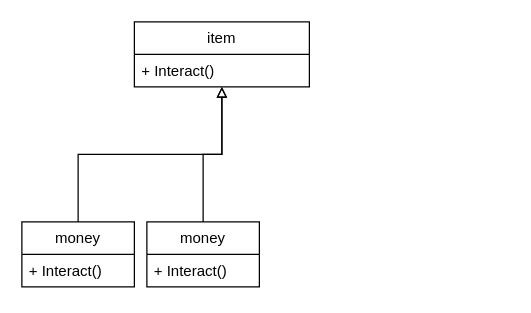
This is A3_1.drawio from critschris/COMP-354, a draw.io file, before an edit. Source tidied: cells renumbered, new cells numbered last; positions are measured from the earlier drawing's top-left corner, leaving out a move shared by most shapes. Both pictures are drawn from the tidied source at 125%, with x=0, y=0 at pixel (21, 21).
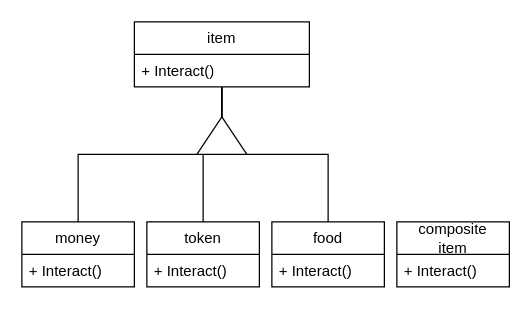
After the change.

Diff of the diagram source:
```diff
@@
 <mxGraphModel>
   <root>
     <mxCell id="0" />
     <mxCell id="1" parent="0" />
-    <mxCell id="2" style="edgeStyle=orthogonalEdgeStyle;rounded=0;jettySize=auto;html=1;endArrow=none;startFill=0;startArrow=block;strokeWidth=1;shadow=0;arcSize=20;" parent="1" edge="1" source="4" target="6">
+    <mxCell id="2" style="edgeStyle=orthogonalEdgeStyle;rounded=0;jettySize=auto;html=1;endArrow=none;startFill=0;startArrow=none;strokeWidth=1;shadow=0;arcSize=20;" parent="1" edge="1" source="4" target="6">
       <mxGeometry relative="1" as="geometry" />
     </mxCell>
-    <mxCell id="3" style="edgeStyle=orthogonalEdgeStyle;rounded=0;jettySize=auto;html=1;endArrow=none;startFill=0;startArrow=block;" parent="1" edge="1" source="4" target="8">
+    <mxCell id="3" style="edgeStyle=orthogonalEdgeStyle;rounded=0;jettySize=auto;html=1;endArrow=none;startFill=0;startArrow=none;" parent="1" edge="1" source="4" target="8">
       <mxGeometry relative="1" as="geometry" />
     </mxCell>
+    <mxCell id="10" style="edgeStyle=orthogonalEdgeStyle;rounded=0;jettySize=auto;html=1;endArrow=none;startFill=0;startArrow=none;" parent="1" edge="1" source="4" target="11">
+      <mxGeometry relative="1" as="geometry" />
+    </mxCell>
     <mxCell id="4" value="item" style="swimlane;fontStyle=0;horizontal=1;startSize=26;fillColor=none;whiteSpace=wrap;html=1;" parent="1" vertex="1">
       <mxGeometry x="90" width="140" height="52" as="geometry" />
     </mxCell>
     <mxCell id="5" value="+ Interact()" style="text;strokeColor=none;fillColor=none;align=left;verticalAlign=top;spacingLeft=4;spacingRight=4;overflow=hidden;whiteSpace=wrap;html=1;" parent="4" vertex="1">
       <mxGeometry y="26" width="140" height="26" as="geometry" />
     </mxCell>
     <mxCell id="6" value="money" style="swimlane;fontStyle=0;horizontal=1;startSize=26;fillColor=none;whiteSpace=wrap;html=1;" parent="1" vertex="1">
       <mxGeometry y="160" width="90" height="52" as="geometry" />
     </mxCell>
     <mxCell id="7" value="+ Interact()" style="text;strokeColor=none;fillColor=none;align=left;verticalAlign=top;spacingLeft=4;spacingRight=4;overflow=hidden;whiteSpace=wrap;html=1;" parent="6" vertex="1">
       <mxGeometry y="26" width="90" height="26" as="geometry" />
     </mxCell>
-    <mxCell id="8" value="money" style="swimlane;fontStyle=0;horizontal=1;startSize=26;fillColor=none;whiteSpace=wrap;html=1;" parent="1" vertex="1">
+    <mxCell id="8" value="token" style="swimlane;fontStyle=0;horizontal=1;startSize=26;fillColor=none;whiteSpace=wrap;html=1;" parent="1" vertex="1">
       <mxGeometry x="100" y="160" width="90" height="52" as="geometry" />
     </mxCell>
     <mxCell id="9" value="+ Interact()" style="text;strokeColor=none;fillColor=none;align=left;verticalAlign=top;spacingLeft=4;spacingRight=4;overflow=hidden;whiteSpace=wrap;html=1;" parent="8" vertex="1">
       <mxGeometry y="26" width="90" height="26" as="geometry" />
     </mxCell>
+    <mxCell id="11" value="food" style="swimlane;fontStyle=0;horizontal=1;startSize=26;fillColor=none;whiteSpace=wrap;html=1;" parent="1" vertex="1">
+      <mxGeometry x="200" y="160" width="90" height="52" as="geometry" />
+    </mxCell>
+    <mxCell id="12" value="+ Interact()" style="text;strokeColor=none;fillColor=none;align=left;verticalAlign=top;spacingLeft=4;spacingRight=4;overflow=hidden;whiteSpace=wrap;html=1;" parent="11" vertex="1">
+      <mxGeometry y="26" width="90" height="26" as="geometry" />
+    </mxCell>
+    <mxCell id="13" style="triangle;whiteSpace=wrap;html=1;rotation=-90;" parent="1" vertex="1">
+      <mxGeometry x="145" y="71" width="30" height="40" as="geometry" />
+    </mxCell>
+    <mxCell id="14" value="composite&lt;div&gt;item&lt;/div&gt;" style="swimlane;fontStyle=0;horizontal=1;startSize=26;fillColor=none;whiteSpace=wrap;html=1;" parent="1" vertex="1">
+      <mxGeometry x="300" y="160" width="90" height="52" as="geometry" />
+    </mxCell>
+    <mxCell id="15" value="+ Interact()" style="text;strokeColor=none;fillColor=none;align=left;verticalAlign=top;spacingLeft=4;spacingRight=4;overflow=hidden;whiteSpace=wrap;html=1;" parent="14" vertex="1">
+      <mxGeometry y="26" width="90" height="26" as="geometry" />
+    </mxCell>
   </root>
 </mxGraphModel>
```
